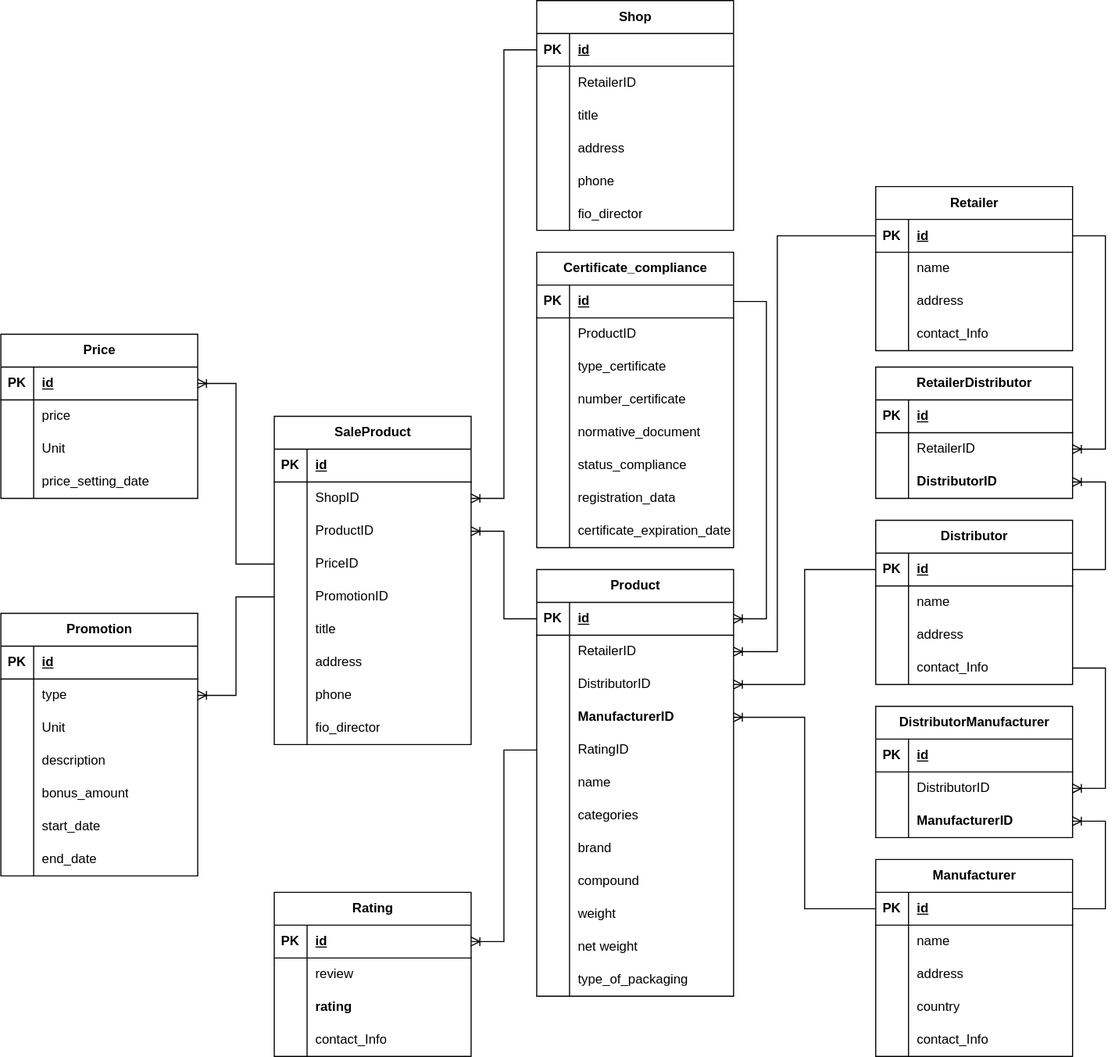
Before: docs/coursework/inc/img/er-entities-diag.drawio.svg, a diagram exported from draw.io (nikitalystsev/db_course). Source tidied: cells renumbered, new cells last; positions are measured from the earlier drawing's top-left corner, leaving out a move shared by most shapes.
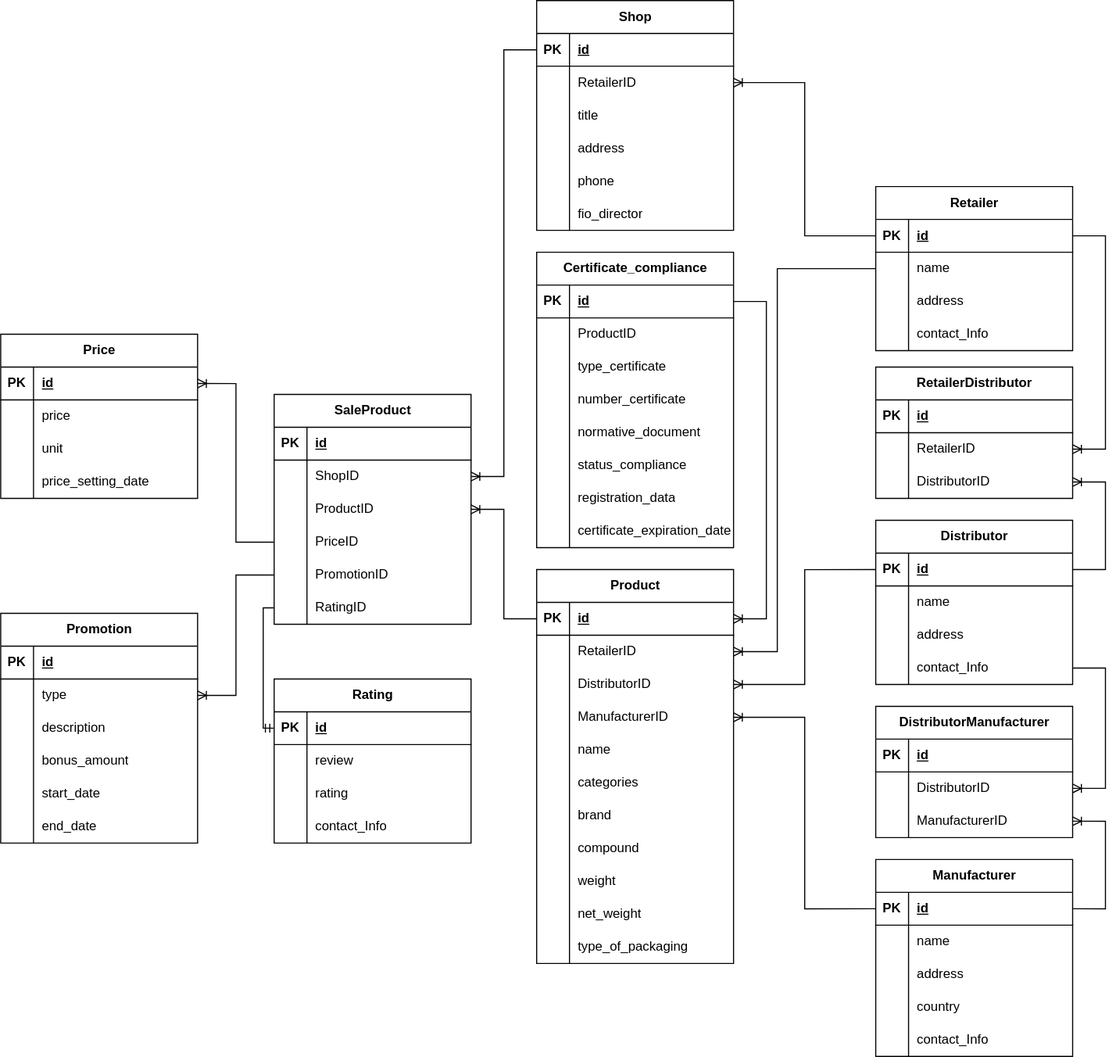
After the change.

The edit, as a diff of the source:
```diff
@@ -5,3 +5,3 @@
     <mxCell id="2" value="Product" style="shape=table;startSize=30;rowLines=0;fontStyle=1;align=center;html=1;" parent="1" vertex="1">
-      <mxGeometry x="490" y="520" width="180" height="390" as="geometry" />
+      <mxGeometry x="490" y="520" width="180" height="360" as="geometry" />
     </mxCell>
@@ -40,16 +40,7 @@
     </mxCell>
-    <mxCell id="14" value="&lt;div style=&quot;text-align: center;&quot;&gt;&lt;span style=&quot;text-wrap: nowrap;&quot;&gt;&lt;b&gt;ManufacturerID&lt;/b&gt;&lt;/span&gt;&lt;br&gt;&lt;/div&gt;" style="shape=partialRectangle;fillColor=none;top=0;left=0;bottom=0;right=0;align=left;spacingLeft=6;overflow=hidden;whiteSpace=wrap;html=1;" parent="12" vertex="1">
+    <mxCell id="14" value="&lt;div style=&quot;text-align: center;&quot;&gt;&lt;span style=&quot;text-wrap: nowrap;&quot;&gt;ManufacturerID&lt;/span&gt;&lt;br&gt;&lt;/div&gt;" style="shape=partialRectangle;fillColor=none;top=0;left=0;bottom=0;right=0;align=left;spacingLeft=6;overflow=hidden;whiteSpace=wrap;html=1;" parent="12" vertex="1">
       <mxGeometry x="30" width="150" height="30" as="geometry" />
     </mxCell>
-    <mxCell id="15" style="shape=tableRow;horizontal=0;startSize=0;swimlaneHead=0;swimlaneBody=0;fillColor=none;points=[[0,0.5],[1,0.5]];portConstraint=eastwest;top=0;left=0;right=0;bottom=0;" parent="2" vertex="1">
-      <mxGeometry y="150" width="180" height="30" as="geometry" />
-    </mxCell>
-    <mxCell id="16" style="shape=partialRectangle;fillColor=none;top=0;left=0;bottom=0;right=0;overflow=hidden;whiteSpace=wrap;html=1;" parent="15" vertex="1">
-      <mxGeometry width="30" height="30" as="geometry" />
-    </mxCell>
-    <mxCell id="17" value="RatingID" style="shape=partialRectangle;fillColor=none;top=0;left=0;bottom=0;right=0;align=left;spacingLeft=6;overflow=hidden;whiteSpace=wrap;html=1;" parent="15" vertex="1">
-      <mxGeometry x="30" width="150" height="30" as="geometry" />
-    </mxCell>
     <mxCell id="18" style="shape=tableRow;horizontal=0;startSize=0;swimlaneHead=0;swimlaneBody=0;fillColor=none;top=0;left=0;right=0;bottom=0;" parent="2" vertex="1">
-      <mxGeometry y="180" width="180" height="30" as="geometry" />
+      <mxGeometry y="150" width="180" height="30" as="geometry" />
     </mxCell>
@@ -62,3 +53,3 @@
     <mxCell id="21" style="shape=tableRow;horizontal=0;startSize=0;swimlaneHead=0;swimlaneBody=0;fillColor=none;top=0;left=0;right=0;bottom=0;" parent="2" vertex="1">
-      <mxGeometry y="210" width="180" height="30" as="geometry" />
+      <mxGeometry y="180" width="180" height="30" as="geometry" />
     </mxCell>
@@ -71,3 +62,3 @@
     <mxCell id="24" style="shape=tableRow;horizontal=0;startSize=0;swimlaneHead=0;swimlaneBody=0;fillColor=none;top=0;left=0;right=0;bottom=0;" parent="2" vertex="1">
-      <mxGeometry y="240" width="180" height="30" as="geometry" />
+      <mxGeometry y="210" width="180" height="30" as="geometry" />
     </mxCell>
@@ -80,3 +71,3 @@
     <mxCell id="27" style="shape=tableRow;horizontal=0;startSize=0;swimlaneHead=0;swimlaneBody=0;fillColor=none;top=0;left=0;right=0;bottom=0;" parent="2" vertex="1">
-      <mxGeometry y="270" width="180" height="30" as="geometry" />
+      <mxGeometry y="240" width="180" height="30" as="geometry" />
     </mxCell>
@@ -89,3 +80,3 @@
     <mxCell id="30" style="shape=tableRow;horizontal=0;startSize=0;swimlaneHead=0;swimlaneBody=0;fillColor=none;top=0;left=0;right=0;bottom=0;" parent="2" vertex="1">
-      <mxGeometry y="300" width="180" height="30" as="geometry" />
+      <mxGeometry y="270" width="180" height="30" as="geometry" />
     </mxCell>
@@ -98,3 +89,3 @@
     <mxCell id="33" style="shape=tableRow;horizontal=0;startSize=0;swimlaneHead=0;swimlaneBody=0;fillColor=none;top=0;left=0;right=0;bottom=0;" parent="2" vertex="1">
-      <mxGeometry y="330" width="180" height="30" as="geometry" />
+      <mxGeometry y="300" width="180" height="30" as="geometry" />
     </mxCell>
@@ -103,3 +94,3 @@
     </mxCell>
-    <mxCell id="35" value="net weight" style="shape=partialRectangle;fillColor=none;top=0;left=0;bottom=0;right=0;align=left;spacingLeft=6;overflow=hidden;whiteSpace=wrap;html=1;" parent="33" vertex="1">
+    <mxCell id="35" value="net_weight" style="shape=partialRectangle;fillColor=none;top=0;left=0;bottom=0;right=0;align=left;spacingLeft=6;overflow=hidden;whiteSpace=wrap;html=1;" parent="33" vertex="1">
       <mxGeometry x="30" width="150" height="30" as="geometry" />
@@ -107,3 +98,3 @@
     <mxCell id="36" style="shape=tableRow;horizontal=0;startSize=0;swimlaneHead=0;swimlaneBody=0;fillColor=none;top=0;left=0;right=0;bottom=0;" parent="2" vertex="1">
-      <mxGeometry y="360" width="180" height="30" as="geometry" />
+      <mxGeometry y="330" width="180" height="30" as="geometry" />
     </mxCell>
@@ -271,3 +262,3 @@
     </mxCell>
-    <mxCell id="91" value="&lt;span style=&quot;font-weight: 700; text-align: center; text-wrap: nowrap;&quot;&gt;ManufacturerID&lt;/span&gt;" style="shape=partialRectangle;fillColor=none;top=0;left=0;bottom=0;right=0;align=left;spacingLeft=6;overflow=hidden;whiteSpace=wrap;html=1;" parent="89" vertex="1">
+    <mxCell id="91" value="&lt;span style=&quot;text-align: center; text-wrap: nowrap;&quot;&gt;ManufacturerID&lt;/span&gt;" style="shape=partialRectangle;fillColor=none;top=0;left=0;bottom=0;right=0;align=left;spacingLeft=6;overflow=hidden;whiteSpace=wrap;html=1;" parent="89" vertex="1">
       <mxGeometry x="30" width="150" height="30" as="geometry" />
@@ -309,3 +300,3 @@
     </mxCell>
-    <mxCell id="102" value="&lt;span style=&quot;font-weight: 700; text-align: center; text-wrap: nowrap;&quot;&gt;DistributorID&lt;/span&gt;" style="shape=partialRectangle;fillColor=none;top=0;left=0;bottom=0;right=0;align=left;spacingLeft=6;overflow=hidden;whiteSpace=wrap;html=1;" parent="100" vertex="1">
+    <mxCell id="102" value="&lt;span style=&quot;text-align: center; text-wrap: nowrap;&quot;&gt;DistributorID&lt;/span&gt;" style="shape=partialRectangle;fillColor=none;top=0;left=0;bottom=0;right=0;align=left;spacingLeft=6;overflow=hidden;whiteSpace=wrap;html=1;" parent="100" vertex="1">
       <mxGeometry x="30" width="150" height="30" as="geometry" />
@@ -370,3 +361,3 @@
     <mxCell id="122" value="SaleProduct" style="shape=table;startSize=30;rowLines=0;fontStyle=1;align=center;html=1;" parent="1" vertex="1">
-      <mxGeometry x="250" y="380" width="180" height="300" as="geometry" />
+      <mxGeometry x="250" y="360" width="180" height="210" as="geometry" />
     </mxCell>
@@ -420,35 +411,8 @@
     </mxCell>
-    <mxCell id="139" style="shape=partialRectangle;fillColor=none;top=0;left=0;bottom=0;right=0;overflow=hidden;whiteSpace=wrap;html=1;" parent="138" vertex="1">
-      <mxGeometry width="30" height="30" as="geometry" />
-    </mxCell>
-    <mxCell id="140" value="title" style="shape=partialRectangle;fillColor=none;top=0;left=0;bottom=0;right=0;align=left;spacingLeft=6;overflow=hidden;whiteSpace=wrap;html=1;" parent="138" vertex="1">
-      <mxGeometry x="30" width="150" height="30" as="geometry" />
-    </mxCell>
-    <mxCell id="141" style="shape=tableRow;horizontal=0;startSize=0;swimlaneHead=0;swimlaneBody=0;fillColor=none;top=0;left=0;right=0;bottom=0;" parent="122" vertex="1">
-      <mxGeometry y="210" width="180" height="30" as="geometry" />
-    </mxCell>
-    <mxCell id="142" style="shape=partialRectangle;fillColor=none;top=0;left=0;bottom=0;right=0;overflow=hidden;whiteSpace=wrap;html=1;" parent="141" vertex="1">
-      <mxGeometry width="30" height="30" as="geometry" />
-    </mxCell>
-    <mxCell id="143" value="address" style="shape=partialRectangle;fillColor=none;top=0;left=0;bottom=0;right=0;align=left;spacingLeft=6;overflow=hidden;whiteSpace=wrap;html=1;" parent="141" vertex="1">
-      <mxGeometry x="30" width="150" height="30" as="geometry" />
-    </mxCell>
-    <mxCell id="144" style="shape=tableRow;horizontal=0;startSize=0;swimlaneHead=0;swimlaneBody=0;fillColor=none;top=0;left=0;right=0;bottom=0;" parent="122" vertex="1">
-      <mxGeometry y="240" width="180" height="30" as="geometry" />
-    </mxCell>
-    <mxCell id="145" style="shape=partialRectangle;fillColor=none;top=0;left=0;bottom=0;right=0;overflow=hidden;whiteSpace=wrap;html=1;" parent="144" vertex="1">
-      <mxGeometry width="30" height="30" as="geometry" />
-    </mxCell>
-    <mxCell id="146" value="phone" style="shape=partialRectangle;fillColor=none;top=0;left=0;bottom=0;right=0;align=left;spacingLeft=6;overflow=hidden;whiteSpace=wrap;html=1;" parent="144" vertex="1">
-      <mxGeometry x="30" width="150" height="30" as="geometry" />
-    </mxCell>
-    <mxCell id="147" style="shape=tableRow;horizontal=0;startSize=0;swimlaneHead=0;swimlaneBody=0;fillColor=none;top=0;left=0;right=0;bottom=0;" parent="122" vertex="1">
-      <mxGeometry y="270" width="180" height="30" as="geometry" />
-    </mxCell>
-    <mxCell id="148" style="shape=partialRectangle;fillColor=none;top=0;left=0;bottom=0;right=0;overflow=hidden;whiteSpace=wrap;html=1;" parent="147" vertex="1">
-      <mxGeometry width="30" height="30" as="geometry" />
-    </mxCell>
-    <mxCell id="149" value="fio_director" style="shape=partialRectangle;fillColor=none;top=0;left=0;bottom=0;right=0;align=left;spacingLeft=6;overflow=hidden;whiteSpace=wrap;html=1;" parent="147" vertex="1">
-      <mxGeometry x="30" width="150" height="30" as="geometry" />
-    </mxCell>
+    <mxCell id="234" style="shape=partialRectangle;fillColor=none;top=0;left=0;bottom=0;right=0;overflow=hidden;whiteSpace=wrap;html=1;" parent="138" vertex="1">
+      <mxGeometry width="30" height="30" as="geometry" />
+    </mxCell>
+    <mxCell id="17" value="RatingID" style="shape=partialRectangle;fillColor=none;top=0;left=0;bottom=0;right=0;align=left;spacingLeft=6;overflow=hidden;whiteSpace=wrap;html=1;" parent="138" vertex="1">
+      <mxGeometry x="30" width="150" height="30" as="geometry" />
+    </mxCell>
     <mxCell id="150" style="edgeStyle=orthogonalEdgeStyle;fontSize=12;html=1;endArrow=ERoneToMany;rounded=0;entryX=1;entryY=0.5;entryDx=0;entryDy=0;exitX=0;exitY=0.5;exitDx=0;exitDy=0;" parent="1" edge="1" source="104" target="126">
@@ -483,3 +447,3 @@
     </mxCell>
-    <mxCell id="160" value="Unit" style="shape=partialRectangle;fillColor=none;top=0;left=0;bottom=0;right=0;align=left;spacingLeft=6;overflow=hidden;whiteSpace=wrap;html=1;" parent="158" vertex="1">
+    <mxCell id="160" value="unit" style="shape=partialRectangle;fillColor=none;top=0;left=0;bottom=0;right=0;align=left;spacingLeft=6;overflow=hidden;whiteSpace=wrap;html=1;" parent="158" vertex="1">
       <mxGeometry x="30" width="150" height="30" as="geometry" />
@@ -502,3 +466,3 @@
     <mxCell id="166" value="Promotion" style="shape=table;startSize=30;rowLines=0;fontStyle=1;align=center;html=1;" parent="1" vertex="1">
-      <mxGeometry y="560" width="180" height="240" as="geometry" />
+      <mxGeometry y="560" width="180" height="210" as="geometry" />
     </mxCell>
@@ -522,13 +486,4 @@
     </mxCell>
-    <mxCell id="173" style="shape=tableRow;horizontal=0;startSize=0;swimlaneHead=0;swimlaneBody=0;fillColor=none;top=0;left=0;right=0;bottom=0;" parent="166" vertex="1">
-      <mxGeometry y="90" width="180" height="30" as="geometry" />
-    </mxCell>
-    <mxCell id="174" style="shape=partialRectangle;fillColor=none;top=0;left=0;bottom=0;right=0;overflow=hidden;whiteSpace=wrap;html=1;" parent="173" vertex="1">
-      <mxGeometry width="30" height="30" as="geometry" />
-    </mxCell>
-    <mxCell id="175" value="Unit" style="shape=partialRectangle;fillColor=none;top=0;left=0;bottom=0;right=0;align=left;spacingLeft=6;overflow=hidden;whiteSpace=wrap;html=1;" parent="173" vertex="1">
-      <mxGeometry x="30" width="150" height="30" as="geometry" />
-    </mxCell>
     <mxCell id="176" style="shape=tableRow;horizontal=0;startSize=0;swimlaneHead=0;swimlaneBody=0;fillColor=none;top=0;left=0;right=0;bottom=0;" parent="166" vertex="1">
-      <mxGeometry y="120" width="180" height="30" as="geometry" />
+      <mxGeometry y="90" width="180" height="30" as="geometry" />
     </mxCell>
@@ -541,3 +496,3 @@
     <mxCell id="179" style="shape=tableRow;horizontal=0;startSize=0;swimlaneHead=0;swimlaneBody=0;fillColor=none;top=0;left=0;right=0;bottom=0;" parent="166" vertex="1">
-      <mxGeometry y="150" width="180" height="30" as="geometry" />
+      <mxGeometry y="120" width="180" height="30" as="geometry" />
     </mxCell>
@@ -550,3 +505,3 @@
     <mxCell id="182" style="shape=tableRow;horizontal=0;startSize=0;swimlaneHead=0;swimlaneBody=0;fillColor=none;top=0;left=0;right=0;bottom=0;" parent="166" vertex="1">
-      <mxGeometry y="180" width="180" height="30" as="geometry" />
+      <mxGeometry y="150" width="180" height="30" as="geometry" />
     </mxCell>
@@ -559,3 +514,3 @@
     <mxCell id="185" style="shape=tableRow;horizontal=0;startSize=0;swimlaneHead=0;swimlaneBody=0;fillColor=none;top=0;left=0;right=0;bottom=0;" parent="166" vertex="1">
-      <mxGeometry y="210" width="180" height="30" as="geometry" />
+      <mxGeometry y="180" width="180" height="30" as="geometry" />
     </mxCell>
@@ -571,3 +526,3 @@
     <mxCell id="189" value="Rating" style="shape=table;startSize=30;rowLines=0;fontStyle=1;align=center;html=1;" parent="1" vertex="1">
-      <mxGeometry x="250" y="815" width="180" height="150" as="geometry" />
+      <mxGeometry x="250" y="620" width="180" height="150" as="geometry" />
     </mxCell>
@@ -585,5 +540,5 @@
     </mxCell>
-    <mxCell id="194" style="shape=partialRectangle;fillColor=none;top=0;left=0;bottom=0;right=0;overflow=hidden;whiteSpace=wrap;html=1;" parent="193" vertex="1">
-      <mxGeometry width="30" height="30" as="geometry" />
-    </mxCell>
+    <mxCell id="235" style="shape=partialRectangle;fillColor=none;top=0;left=0;bottom=0;right=0;overflow=hidden;whiteSpace=wrap;html=1;" parent="193" vertex="1">
+      <mxGeometry width="30" height="30" as="geometry" />
+    </mxCell>
     <mxCell id="195" value="review" style="shape=partialRectangle;fillColor=none;top=0;left=0;bottom=0;right=0;align=left;spacingLeft=6;overflow=hidden;whiteSpace=wrap;html=1;" parent="193" vertex="1">
@@ -597,3 +552,3 @@
     </mxCell>
-    <mxCell id="198" value="&lt;div style=&quot;text-align: center;&quot;&gt;&lt;span style=&quot;background-color: initial; text-wrap: nowrap;&quot;&gt;&lt;b&gt;rating&lt;/b&gt;&lt;/span&gt;&lt;/div&gt;" style="shape=partialRectangle;fillColor=none;top=0;left=0;bottom=0;right=0;align=left;spacingLeft=6;overflow=hidden;whiteSpace=wrap;html=1;" parent="196" vertex="1">
+    <mxCell id="198" value="&lt;div style=&quot;text-align: center;&quot;&gt;&lt;span style=&quot;background-color: initial; text-wrap: nowrap;&quot;&gt;rating&lt;/span&gt;&lt;/div&gt;" style="shape=partialRectangle;fillColor=none;top=0;left=0;bottom=0;right=0;align=left;spacingLeft=6;overflow=hidden;whiteSpace=wrap;html=1;" parent="196" vertex="1">
       <mxGeometry x="30" width="150" height="30" as="geometry" />
@@ -609,5 +564,2 @@
     </mxCell>
-    <mxCell id="202" style="edgeStyle=orthogonalEdgeStyle;fontSize=12;html=1;endArrow=ERoneToMany;rounded=0;entryX=1;entryY=0.5;entryDx=0;entryDy=0;exitX=0;exitY=0.5;exitDx=0;exitDy=0;" parent="1" edge="1" source="15" target="190">
-      <mxGeometry relative="1" as="geometry" />
-    </mxCell>
     <mxCell id="203" style="edgeStyle=entityRelationEdgeStyle;fontSize=12;html=1;endArrow=ERoneToMany;rounded=0;entryX=1;entryY=0.5;entryDx=0;entryDy=0;exitX=1;exitY=0.5;exitDx=0;exitDy=0;" parent="1" edge="1" source="40" target="97">
@@ -635,6 +587,6 @@
     </mxCell>
-    <mxCell id="207" style="edgeStyle=orthogonalEdgeStyle;fontSize=12;html=1;endArrow=ERoneToMany;rounded=0;entryX=1;entryY=0.5;entryDx=0;entryDy=0;exitX=0;exitY=0.5;exitDx=0;exitDy=0;" parent="1" edge="1" source="40" target="6">
+    <mxCell id="207" style="edgeStyle=orthogonalEdgeStyle;fontSize=12;html=1;endArrow=ERoneToMany;rounded=0;entryX=1;entryY=0.5;entryDx=0;entryDy=0;exitX=0;exitY=0.5;exitDx=0;exitDy=0;" parent="1" edge="1" source="43" target="6">
       <mxGeometry relative="1" as="geometry">
         <Array as="points">
-          <mxPoint x="710" y="215" />
+          <mxPoint x="710" y="245" />
           <mxPoint x="710" y="595" />
@@ -725,2 +677,8 @@
     </mxCell>
+    <mxCell id="236" style="edgeStyle=orthogonalEdgeStyle;fontSize=12;html=1;endArrow=ERoneToMany;rounded=0;entryX=1;entryY=0.5;entryDx=0;entryDy=0;exitX=0;exitY=0.5;exitDx=0;exitDy=0;" parent="1" edge="1" source="40" target="107">
+      <mxGeometry relative="1" as="geometry" />
+    </mxCell>
+    <mxCell id="237" style="edgeStyle=orthogonalEdgeStyle;fontSize=12;html=1;endArrow=ERmandOne;rounded=0;entryX=0;entryY=0.5;entryDx=0;entryDy=0;exitX=0;exitY=0.5;exitDx=0;exitDy=0;" parent="1" edge="1" source="138" target="190">
+      <mxGeometry relative="1" as="geometry" />
+    </mxCell>
   </root>
```
